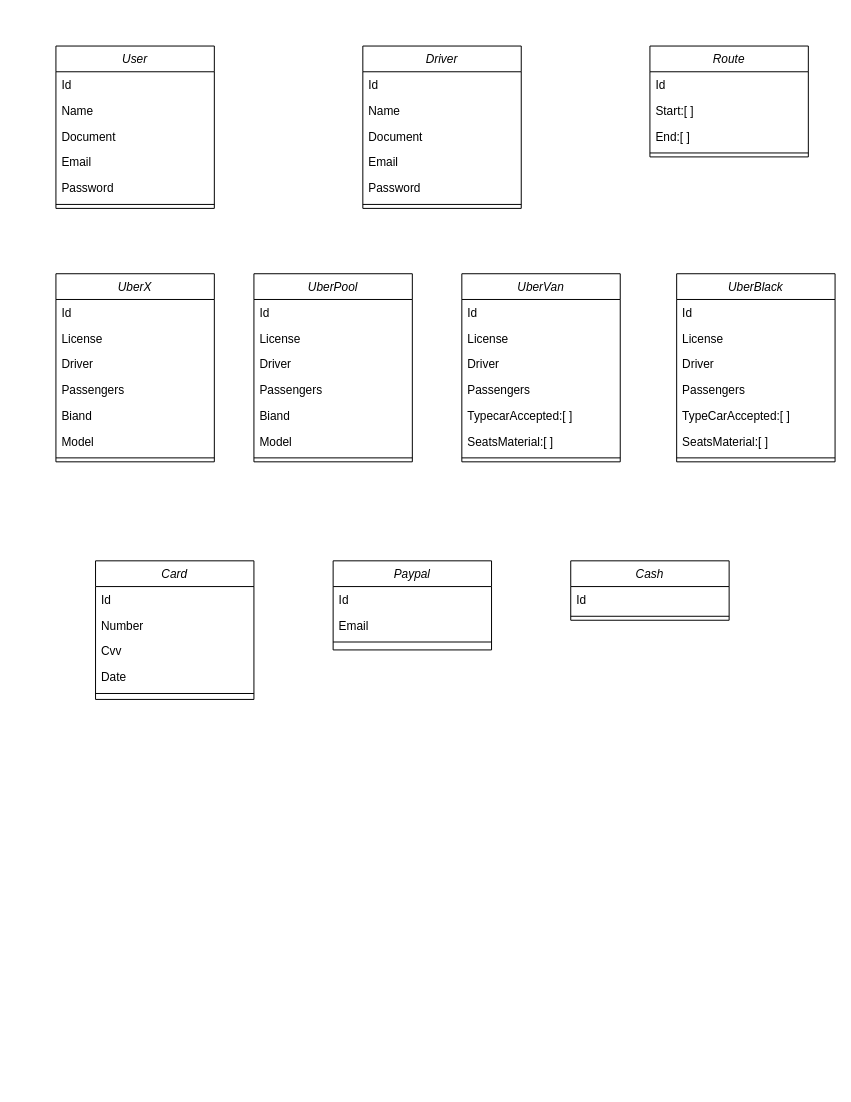
Earlier version of the draw.io diagram uber.drawio (DavidFernandoMesa/CursoPOOUber). Source tidied: cells renumbered, new cells numbered last; positions are measured from the earlier drawing's top-left corner, leaving out a move shared by most shapes. Both pictures are drawn from the tidied source at 99%, with x=0, y=0 at pixel (55, 46).
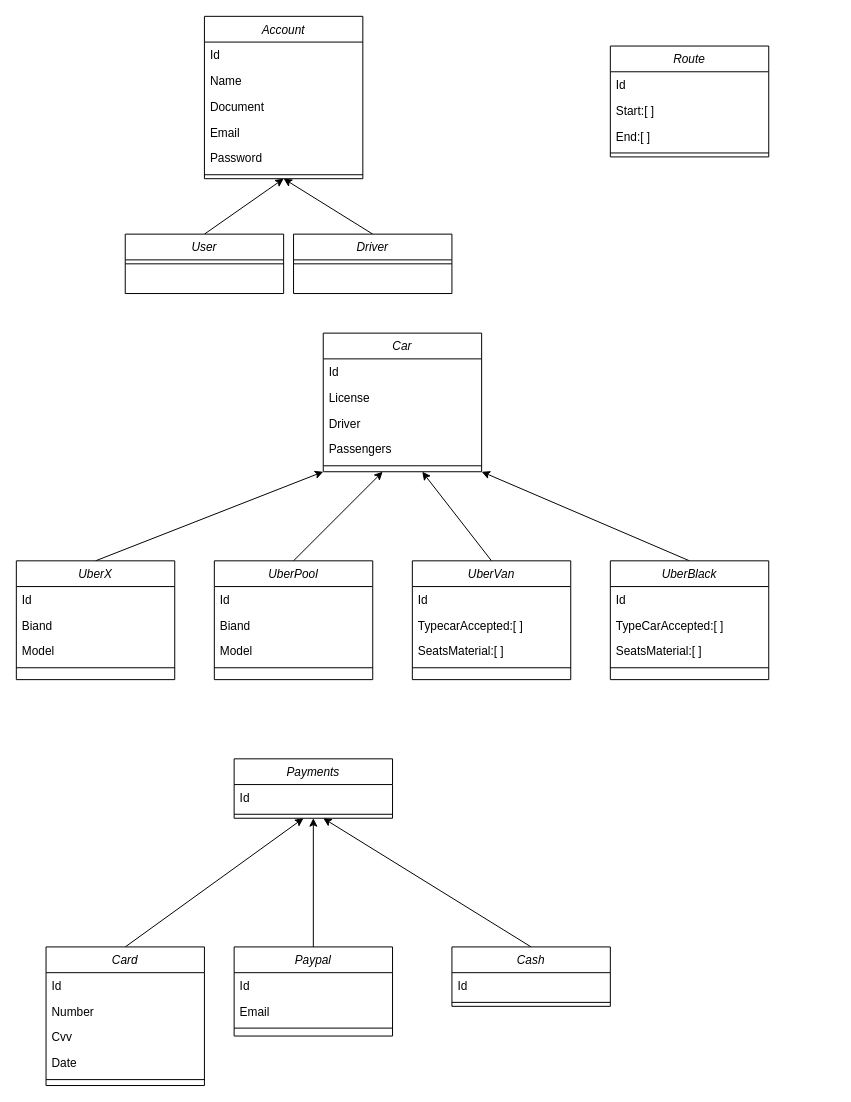
Above is the later version.

Commit message:
Agregación de herencias

The edit, as a diff of the source:
```diff
@@
+    <mxCell id="66" style="edgeStyle=none;html=1;exitX=0.5;exitY=0;exitDx=0;exitDy=0;entryX=0.5;entryY=1;entryDx=0;entryDy=0;" parent="1" edge="1" source="2" target="75">
+      <mxGeometry relative="1" as="geometry" />
+    </mxCell>
     <mxCell id="2" value="User" style="swimlane;fontStyle=2;align=center;verticalAlign=top;horizontal=1;startSize=26;rounded=0;shadow=0;strokeWidth=1;" parent="1" vertex="1">
-      <mxGeometry width="160" height="164" as="geometry" />
+      <mxGeometry x="70" y="190" width="160" height="60" as="geometry" />
     </mxCell>
-    <mxCell id="3" value="Id" style="text;align=left;verticalAlign=top;spacingLeft=4;spacingRight=4;overflow=hidden;" parent="2" vertex="1">
-      <mxGeometry y="26" width="160" height="26" as="geometry" />
-    </mxCell>
-    <mxCell id="4" value="Name" style="text;align=left;verticalAlign=top;spacingLeft=4;spacingRight=4;overflow=hidden;" parent="2" vertex="1">
-      <mxGeometry y="52" width="160" height="26" as="geometry" />
-    </mxCell>
-    <mxCell id="5" value="Document" style="text;align=left;verticalAlign=top;spacingLeft=4;spacingRight=4;overflow=hidden;" parent="2" vertex="1">
-      <mxGeometry y="78" width="160" height="26" as="geometry" />
-    </mxCell>
-    <mxCell id="6" value="Email" style="text;align=left;verticalAlign=top;spacingLeft=4;spacingRight=4;overflow=hidden;" parent="2" vertex="1">
-      <mxGeometry y="104" width="160" height="26" as="geometry" />
-    </mxCell>
-    <mxCell id="7" value="Password" style="text;align=left;verticalAlign=top;spacingLeft=4;spacingRight=4;overflow=hidden;" parent="2" vertex="1">
-      <mxGeometry y="130" width="160" height="26" as="geometry" />
-    </mxCell>
     <mxCell id="8" style="line;html=1;strokeWidth=1;align=left;verticalAlign=middle;spacingTop=-1;spacingLeft=3;spacingRight=3;labelPosition=right;" parent="2" vertex="1">
-      <mxGeometry y="156" width="160" height="8" as="geometry" />
+      <mxGeometry y="26" width="160" height="8" as="geometry" />
     </mxCell>
+    <mxCell id="67" style="edgeStyle=none;html=1;exitX=0.5;exitY=0;exitDx=0;exitDy=0;" parent="1" edge="1" source="9">
+      <mxGeometry relative="1" as="geometry">
+        <mxPoint x="330" y="430" as="targetPoint" />
+      </mxGeometry>
+    </mxCell>
     <mxCell id="9" value="UberPool" style="swimlane;fontStyle=2;align=center;verticalAlign=top;horizontal=1;startSize=26;rounded=0;shadow=0;strokeWidth=1;" parent="1" vertex="1">
-      <mxGeometry x="200" y="230" width="160" height="190" as="geometry" />
+      <mxGeometry x="160" y="520" width="160" height="120" as="geometry" />
     </mxCell>
@@
-    <mxCell id="11" value="License" style="text;align=left;verticalAlign=top;spacingLeft=4;spacingRight=4;overflow=hidden;" parent="9" vertex="1">
-      <mxGeometry y="52" width="160" height="26" as="geometry" />
-    </mxCell>
-    <mxCell id="12" value="Driver" style="text;align=left;verticalAlign=top;spacingLeft=4;spacingRight=4;overflow=hidden;" parent="9" vertex="1">
-      <mxGeometry y="78" width="160" height="26" as="geometry" />
-    </mxCell>
-    <mxCell id="13" value="Passengers" style="text;align=left;verticalAlign=top;spacingLeft=4;spacingRight=4;overflow=hidden;" parent="9" vertex="1">
-      <mxGeometry y="104" width="160" height="26" as="geometry" />
-    </mxCell>
     <mxCell id="14" value="Biand" style="text;align=left;verticalAlign=top;spacingLeft=4;spacingRight=4;overflow=hidden;" parent="9" vertex="1">
-      <mxGeometry y="130" width="160" height="26" as="geometry" />
+      <mxGeometry y="52" width="160" height="26" as="geometry" />
     </mxCell>
     <mxCell id="15" value="Model" style="text;align=left;verticalAlign=top;spacingLeft=4;spacingRight=4;overflow=hidden;" parent="9" vertex="1">
-      <mxGeometry y="156" width="160" height="26" as="geometry" />
+      <mxGeometry y="78" width="160" height="26" as="geometry" />
     </mxCell>
     <mxCell id="16" style="line;html=1;strokeWidth=1;align=left;verticalAlign=middle;spacingTop=-1;spacingLeft=3;spacingRight=3;labelPosition=right;" parent="9" vertex="1">
-      <mxGeometry y="182" width="160" height="8" as="geometry" />
+      <mxGeometry y="104" width="160" height="8" as="geometry" />
     </mxCell>
+    <mxCell id="68" style="edgeStyle=none;html=1;exitX=0.5;exitY=0;exitDx=0;exitDy=0;entryX=1;entryY=1;entryDx=0;entryDy=0;" parent="1" edge="1" source="17" target="85">
+      <mxGeometry relative="1" as="geometry" />
+    </mxCell>
     <mxCell id="17" value="UberBlack" style="swimlane;fontStyle=2;align=center;verticalAlign=top;horizontal=1;startSize=26;rounded=0;shadow=0;strokeWidth=1;" parent="1" vertex="1">
-      <mxGeometry x="627" y="230" width="160" height="190" as="geometry" />
+      <mxGeometry x="560" y="520" width="160" height="120" as="geometry" />
     </mxCell>
@@
-    <mxCell id="19" value="License" style="text;align=left;verticalAlign=top;spacingLeft=4;spacingRight=4;overflow=hidden;" parent="17" vertex="1">
-      <mxGeometry y="52" width="160" height="26" as="geometry" />
-    </mxCell>
-    <mxCell id="20" value="Driver" style="text;align=left;verticalAlign=top;spacingLeft=4;spacingRight=4;overflow=hidden;" parent="17" vertex="1">
-      <mxGeometry y="78" width="160" height="26" as="geometry" />
-    </mxCell>
-    <mxCell id="21" value="Passengers" style="text;align=left;verticalAlign=top;spacingLeft=4;spacingRight=4;overflow=hidden;" parent="17" vertex="1">
-      <mxGeometry y="104" width="160" height="26" as="geometry" />
-    </mxCell>
     <mxCell id="22" value="TypeCarAccepted:[ ]" style="text;align=left;verticalAlign=top;spacingLeft=4;spacingRight=4;overflow=hidden;" parent="17" vertex="1">
-      <mxGeometry y="130" width="160" height="26" as="geometry" />
+      <mxGeometry y="52" width="160" height="26" as="geometry" />
     </mxCell>
     <mxCell id="23" value="SeatsMaterial:[ ]" style="text;align=left;verticalAlign=top;spacingLeft=4;spacingRight=4;overflow=hidden;" parent="17" vertex="1">
-      <mxGeometry y="156" width="160" height="26" as="geometry" />
+      <mxGeometry y="78" width="160" height="26" as="geometry" />
     </mxCell>
     <mxCell id="24" style="line;html=1;strokeWidth=1;align=left;verticalAlign=middle;spacingTop=-1;spacingLeft=3;spacingRight=3;labelPosition=right;" parent="17" vertex="1">
-      <mxGeometry y="182" width="160" height="8" as="geometry" />
+      <mxGeometry y="104" width="160" height="8" as="geometry" />
     </mxCell>
+    <mxCell id="69" style="edgeStyle=none;html=1;exitX=0.5;exitY=0;exitDx=0;exitDy=0;entryX=0.5;entryY=1;entryDx=0;entryDy=0;" parent="1" edge="1" source="25" target="75">
+      <mxGeometry relative="1" as="geometry" />
+    </mxCell>
     <mxCell id="25" value="Driver" style="swimlane;fontStyle=2;align=center;verticalAlign=top;horizontal=1;startSize=26;rounded=0;shadow=0;strokeWidth=1;" parent="1" vertex="1">
-      <mxGeometry x="310" width="160" height="164" as="geometry" />
+      <mxGeometry x="240" y="190" width="160" height="60" as="geometry" />
     </mxCell>
-    <mxCell id="26" value="Id" style="text;align=left;verticalAlign=top;spacingLeft=4;spacingRight=4;overflow=hidden;" parent="25" vertex="1">
-      <mxGeometry y="26" width="160" height="26" as="geometry" />
-    </mxCell>
-    <mxCell id="27" value="Name" style="text;align=left;verticalAlign=top;spacingLeft=4;spacingRight=4;overflow=hidden;" parent="25" vertex="1">
-      <mxGeometry y="52" width="160" height="26" as="geometry" />
-    </mxCell>
-    <mxCell id="28" value="Document" style="text;align=left;verticalAlign=top;spacingLeft=4;spacingRight=4;overflow=hidden;" parent="25" vertex="1">
-      <mxGeometry y="78" width="160" height="26" as="geometry" />
-    </mxCell>
-    <mxCell id="29" value="Email" style="text;align=left;verticalAlign=top;spacingLeft=4;spacingRight=4;overflow=hidden;" parent="25" vertex="1">
-      <mxGeometry y="104" width="160" height="26" as="geometry" />
-    </mxCell>
-    <mxCell id="30" value="Password" style="text;align=left;verticalAlign=top;spacingLeft=4;spacingRight=4;overflow=hidden;" parent="25" vertex="1">
-      <mxGeometry y="130" width="160" height="26" as="geometry" />
-    </mxCell>
     <mxCell id="31" style="line;html=1;strokeWidth=1;align=left;verticalAlign=middle;spacingTop=-1;spacingLeft=3;spacingRight=3;labelPosition=right;" parent="25" vertex="1">
-      <mxGeometry y="156" width="160" height="8" as="geometry" />
+      <mxGeometry y="26" width="160" height="8" as="geometry" />
     </mxCell>
     <mxCell id="32" value="Route" style="swimlane;fontStyle=2;align=center;verticalAlign=top;horizontal=1;startSize=26;rounded=0;shadow=0;strokeWidth=1;" parent="1" vertex="1">
-      <mxGeometry x="600" width="160" height="112" as="geometry" />
+      <mxGeometry x="560" width="160" height="112" as="geometry" />
     </mxCell>
@@
+    <mxCell id="70" style="edgeStyle=none;html=1;exitX=0.5;exitY=0;exitDx=0;exitDy=0;entryX=0;entryY=1;entryDx=0;entryDy=0;" parent="1" edge="1" source="37" target="85">
+      <mxGeometry relative="1" as="geometry" />
+    </mxCell>
     <mxCell id="37" value="UberX" style="swimlane;fontStyle=2;align=center;verticalAlign=top;horizontal=1;startSize=26;rounded=0;shadow=0;strokeWidth=1;" parent="1" vertex="1">
-      <mxGeometry y="230" width="160" height="190" as="geometry" />
+      <mxGeometry x="-40" y="520" width="160" height="120" as="geometry" />
     </mxCell>
@@
-    <mxCell id="39" value="License" style="text;align=left;verticalAlign=top;spacingLeft=4;spacingRight=4;overflow=hidden;fontStyle=0;" parent="37" vertex="1">
-      <mxGeometry y="52" width="160" height="26" as="geometry" />
-    </mxCell>
-    <mxCell id="40" value="Driver" style="text;align=left;verticalAlign=top;spacingLeft=4;spacingRight=4;overflow=hidden;fontStyle=0;" parent="37" vertex="1">
-      <mxGeometry y="78" width="160" height="26" as="geometry" />
-    </mxCell>
-    <mxCell id="41" value="Passengers" style="text;align=left;verticalAlign=top;spacingLeft=4;spacingRight=4;overflow=hidden;fontStyle=0;" parent="37" vertex="1">
-      <mxGeometry y="104" width="160" height="26" as="geometry" />
-    </mxCell>
     <mxCell id="42" value="Biand" style="text;align=left;verticalAlign=top;spacingLeft=4;spacingRight=4;overflow=hidden;fontStyle=0;" parent="37" vertex="1">
-      <mxGeometry y="130" width="160" height="26" as="geometry" />
+      <mxGeometry y="52" width="160" height="26" as="geometry" />
     </mxCell>
     <mxCell id="43" value="Model" style="text;align=left;verticalAlign=top;spacingLeft=4;spacingRight=4;overflow=hidden;fontStyle=0;" parent="37" vertex="1">
-      <mxGeometry y="156" width="160" height="26" as="geometry" />
+      <mxGeometry y="78" width="160" height="26" as="geometry" />
     </mxCell>
     <mxCell id="44" style="line;html=1;strokeWidth=1;align=left;verticalAlign=middle;spacingTop=-1;spacingLeft=3;spacingRight=3;labelPosition=right;" parent="37" vertex="1">
-      <mxGeometry y="182" width="160" height="8" as="geometry" />
+      <mxGeometry y="104" width="160" height="8" as="geometry" />
     </mxCell>
+    <mxCell id="71" style="edgeStyle=none;html=1;exitX=0.5;exitY=0;exitDx=0;exitDy=0;" parent="1" edge="1" source="45">
+      <mxGeometry relative="1" as="geometry">
+        <mxPoint x="370" y="430" as="targetPoint" />
+      </mxGeometry>
+    </mxCell>
     <mxCell id="45" value="UberVan" style="swimlane;fontStyle=2;align=center;verticalAlign=top;horizontal=1;startSize=26;rounded=0;shadow=0;strokeWidth=1;" parent="1" vertex="1">
-      <mxGeometry x="410" y="230" width="160" height="190" as="geometry" />
+      <mxGeometry x="360" y="520" width="160" height="120" as="geometry" />
     </mxCell>
@@
-    <mxCell id="47" value="License" style="text;align=left;verticalAlign=top;spacingLeft=4;spacingRight=4;overflow=hidden;" parent="45" vertex="1">
-      <mxGeometry y="52" width="160" height="26" as="geometry" />
-    </mxCell>
-    <mxCell id="48" value="Driver" style="text;align=left;verticalAlign=top;spacingLeft=4;spacingRight=4;overflow=hidden;" parent="45" vertex="1">
-      <mxGeometry y="78" width="160" height="26" as="geometry" />
-    </mxCell>
-    <mxCell id="49" value="Passengers" style="text;align=left;verticalAlign=top;spacingLeft=4;spacingRight=4;overflow=hidden;" parent="45" vertex="1">
-      <mxGeometry y="104" width="160" height="26" as="geometry" />
-    </mxCell>
     <mxCell id="50" value="TypecarAccepted:[ ]" style="text;align=left;verticalAlign=top;spacingLeft=4;spacingRight=4;overflow=hidden;" parent="45" vertex="1">
-      <mxGeometry y="130" width="160" height="26" as="geometry" />
+      <mxGeometry y="52" width="160" height="26" as="geometry" />
     </mxCell>
     <mxCell id="51" value="SeatsMaterial:[ ]" style="text;align=left;verticalAlign=top;spacingLeft=4;spacingRight=4;overflow=hidden;" parent="45" vertex="1">
-      <mxGeometry y="156" width="160" height="26" as="geometry" />
+      <mxGeometry y="78" width="160" height="26" as="geometry" />
     </mxCell>
     <mxCell id="52" style="line;html=1;strokeWidth=1;align=left;verticalAlign=middle;spacingTop=-1;spacingLeft=3;spacingRight=3;labelPosition=right;" parent="45" vertex="1">
-      <mxGeometry y="182" width="160" height="8" as="geometry" />
+      <mxGeometry y="104" width="160" height="8" as="geometry" />
     </mxCell>
+    <mxCell id="72" style="edgeStyle=none;html=1;exitX=0.5;exitY=0;exitDx=0;exitDy=0;" parent="1" edge="1" source="53">
+      <mxGeometry relative="1" as="geometry">
+        <mxPoint x="250" y="780" as="targetPoint" />
+      </mxGeometry>
+    </mxCell>
     <mxCell id="53" value="Card" style="swimlane;fontStyle=2;align=center;verticalAlign=top;horizontal=1;startSize=26;rounded=0;shadow=0;strokeWidth=1;" parent="1" vertex="1">
-      <mxGeometry x="40" y="520" width="160" height="140" as="geometry" />
+      <mxGeometry x="-10" y="910" width="160" height="140" as="geometry" />
     </mxCell>
@@
+    <mxCell id="73" style="edgeStyle=none;html=1;exitX=0.5;exitY=0;exitDx=0;exitDy=0;" parent="1" edge="1" source="59">
+      <mxGeometry relative="1" as="geometry">
+        <mxPoint x="270" y="780" as="targetPoint" />
+      </mxGeometry>
+    </mxCell>
     <mxCell id="59" value="Cash" style="swimlane;fontStyle=2;align=center;verticalAlign=top;horizontal=1;startSize=26;rounded=0;shadow=0;strokeWidth=1;" parent="1" vertex="1">
-      <mxGeometry x="520" y="520" width="160" height="60" as="geometry" />
+      <mxGeometry x="400" y="910" width="160" height="60" as="geometry" />
     </mxCell>
@@
+    <mxCell id="74" style="edgeStyle=none;html=1;exitX=0.5;exitY=0;exitDx=0;exitDy=0;entryX=0.5;entryY=1;entryDx=0;entryDy=0;" parent="1" edge="1" source="62" target="82">
+      <mxGeometry relative="1" as="geometry" />
+    </mxCell>
     <mxCell id="62" value="Paypal" style="swimlane;fontStyle=2;align=center;verticalAlign=top;horizontal=1;startSize=26;rounded=0;shadow=0;strokeWidth=1;" parent="1" vertex="1">
-      <mxGeometry x="280" y="520" width="160" height="90" as="geometry" />
+      <mxGeometry x="180" y="910" width="160" height="90" as="geometry" />
     </mxCell>
@@
+    <mxCell id="75" value="Account" style="swimlane;fontStyle=2;align=center;verticalAlign=top;horizontal=1;startSize=26;rounded=0;shadow=0;strokeWidth=1;" parent="1" vertex="1">
+      <mxGeometry x="150" y="-30" width="160" height="164" as="geometry" />
+    </mxCell>
+    <mxCell id="76" value="Id" style="text;align=left;verticalAlign=top;spacingLeft=4;spacingRight=4;overflow=hidden;" parent="75" vertex="1">
+      <mxGeometry y="26" width="160" height="26" as="geometry" />
+    </mxCell>
+    <mxCell id="77" value="Name" style="text;align=left;verticalAlign=top;spacingLeft=4;spacingRight=4;overflow=hidden;" parent="75" vertex="1">
+      <mxGeometry y="52" width="160" height="26" as="geometry" />
+    </mxCell>
+    <mxCell id="78" value="Document" style="text;align=left;verticalAlign=top;spacingLeft=4;spacingRight=4;overflow=hidden;" parent="75" vertex="1">
+      <mxGeometry y="78" width="160" height="26" as="geometry" />
+    </mxCell>
+    <mxCell id="79" value="Email" style="text;align=left;verticalAlign=top;spacingLeft=4;spacingRight=4;overflow=hidden;" parent="75" vertex="1">
+      <mxGeometry y="104" width="160" height="26" as="geometry" />
+    </mxCell>
+    <mxCell id="80" value="Password" style="text;align=left;verticalAlign=top;spacingLeft=4;spacingRight=4;overflow=hidden;" parent="75" vertex="1">
+      <mxGeometry y="130" width="160" height="26" as="geometry" />
+    </mxCell>
+    <mxCell id="81" style="line;html=1;strokeWidth=1;align=left;verticalAlign=middle;spacingTop=-1;spacingLeft=3;spacingRight=3;labelPosition=right;" parent="75" vertex="1">
+      <mxGeometry y="156" width="160" height="8" as="geometry" />
+    </mxCell>
+    <mxCell id="82" value="Payments" style="swimlane;fontStyle=2;align=center;verticalAlign=top;horizontal=1;startSize=26;rounded=0;shadow=0;strokeWidth=1;" parent="1" vertex="1">
+      <mxGeometry x="180" y="720" width="160" height="60" as="geometry" />
+    </mxCell>
+    <mxCell id="83" value="Id" style="text;align=left;verticalAlign=top;spacingLeft=4;spacingRight=4;overflow=hidden;" parent="82" vertex="1">
+      <mxGeometry y="26" width="160" height="26" as="geometry" />
+    </mxCell>
+    <mxCell id="84" style="line;html=1;strokeWidth=1;align=left;verticalAlign=middle;spacingTop=-1;spacingLeft=3;spacingRight=3;labelPosition=right;" parent="82" vertex="1">
+      <mxGeometry y="52" width="160" height="8" as="geometry" />
+    </mxCell>
+    <mxCell id="85" value="Car" style="swimlane;fontStyle=2;align=center;verticalAlign=top;horizontal=1;startSize=26;rounded=0;shadow=0;strokeWidth=1;" parent="1" vertex="1">
+      <mxGeometry x="270" y="290" width="160" height="140" as="geometry" />
+    </mxCell>
+    <mxCell id="86" value="Id" style="text;align=left;verticalAlign=top;spacingLeft=4;spacingRight=4;overflow=hidden;" parent="85" vertex="1">
+      <mxGeometry y="26" width="160" height="26" as="geometry" />
+    </mxCell>
+    <mxCell id="87" value="License" style="text;align=left;verticalAlign=top;spacingLeft=4;spacingRight=4;overflow=hidden;" parent="85" vertex="1">
+      <mxGeometry y="52" width="160" height="26" as="geometry" />
+    </mxCell>
+    <mxCell id="88" value="Driver" style="text;align=left;verticalAlign=top;spacingLeft=4;spacingRight=4;overflow=hidden;" parent="85" vertex="1">
+      <mxGeometry y="78" width="160" height="26" as="geometry" />
+    </mxCell>
+    <mxCell id="89" value="Passengers" style="text;align=left;verticalAlign=top;spacingLeft=4;spacingRight=4;overflow=hidden;" parent="85" vertex="1">
+      <mxGeometry y="104" width="160" height="26" as="geometry" />
+    </mxCell>
+    <mxCell id="90" style="line;html=1;strokeWidth=1;align=left;verticalAlign=middle;spacingTop=-1;spacingLeft=3;spacingRight=3;labelPosition=right;" parent="85" vertex="1">
+      <mxGeometry y="130" width="160" height="8" as="geometry" />
+    </mxCell>
```
